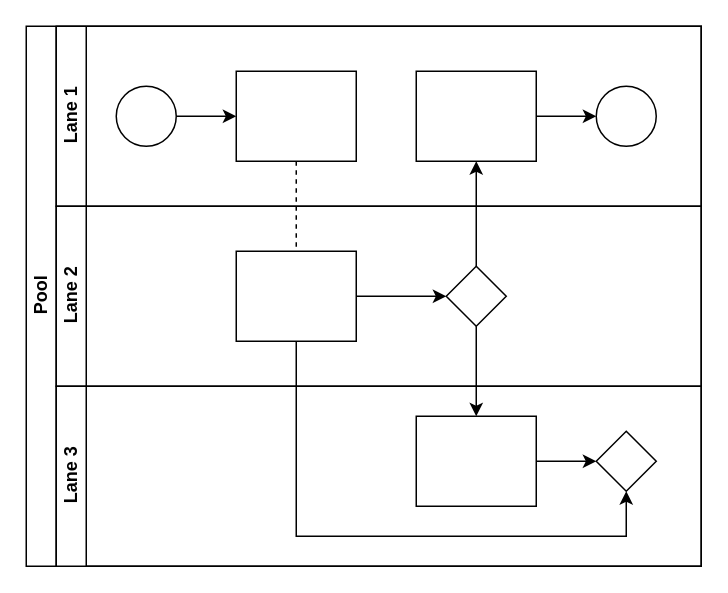
Before: Untitled Diagram.drawio in rpesh2020/rpesh2020, a draw.io diagram. Source tidied: cells renumbered, new cells numbered last; positions are measured from the earlier drawing's top-left corner, leaving out a move shared by most shapes. Both pictures are drawn from the tidied source at 150%, with x=0, y=0 at pixel (26, 26).
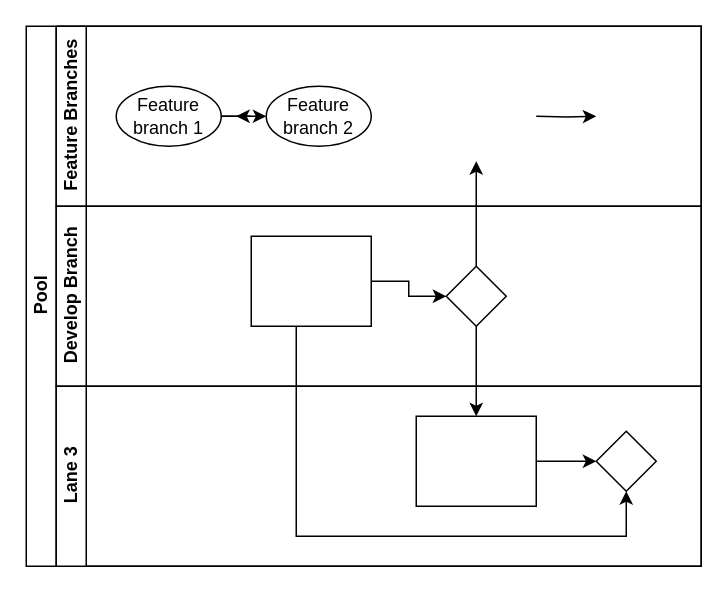
Above is the later version.

Unchanged cells that the change refers to:
```xml
<mxCell id="2" value="Pool" style="swimlane;html=1;horizontal=0;startSize=20;" parent="1" vertex="1">
  <mxGeometry width="450" height="360" as="geometry" />
</mxCell>
<mxCell id="17" style="rhombus;whiteSpace=wrap;html=1;fontFamily=Helvetica;fontSize=12;fontColor=#000000;align=center;" parent="14" vertex="1">
  <mxGeometry x="260" y="40" width="40" height="40" as="geometry" />
</mxCell>
```

The edit, as a diff of the source:
```diff
@@
-    <mxCell id="3" style="edgeStyle=orthogonalEdgeStyle;rounded=0;jettySize=auto;html=1;dashed=1;endArrow=none;endFill=0;" parent="2" edge="1" source="10" target="16">
-      <mxGeometry relative="1" as="geometry" />
-    </mxCell>
-    <mxCell id="4" style="edgeStyle=orthogonalEdgeStyle;rounded=0;jettySize=auto;html=1;endArrow=classic;endFill=1;" parent="2" edge="1" source="17" target="12">
-      <mxGeometry relative="1" as="geometry" />
+    <mxCell id="4" style="edgeStyle=orthogonalEdgeStyle;rounded=0;jettySize=auto;html=1;endArrow=classic;endFill=1;" parent="2" edge="1" source="17">
+      <mxGeometry relative="1" as="geometry">
+        <mxPoint x="300" y="90" as="targetPoint" />
+      </mxGeometry>
     </mxCell>
@@
-    <mxCell id="7" value="Lane 1" style="swimlane;html=1;startSize=20;horizontal=0;" parent="2" vertex="1">
+    <mxCell id="7" value="Feature Branches" style="swimlane;html=1;startSize=20;horizontal=0;" parent="2" vertex="1">
       <mxGeometry x="20" width="430" height="120" as="geometry" />
     </mxCell>
-    <mxCell id="8" style="edgeStyle=orthogonalEdgeStyle;rounded=0;jettySize=auto;html=1;" parent="7" edge="1" source="9" target="10">
-      <mxGeometry relative="1" as="geometry" />
+    <mxCell id="8" style="edgeStyle=orthogonalEdgeStyle;rounded=0;jettySize=auto;html=1;" parent="7" edge="1" source="9">
+      <mxGeometry relative="1" as="geometry">
+        <mxPoint x="120" y="60" as="targetPoint" />
+      </mxGeometry>
     </mxCell>
+    <mxCell id="22" style="edgeStyle=orthogonalEdgeStyle;rounded=0;jettySize=auto;html=1;" parent="7" edge="1" source="9" target="23">
+      <mxGeometry relative="1" as="geometry" />
+    </mxCell>
-    <mxCell id="9" style="ellipse;whiteSpace=wrap;html=1;" parent="7" vertex="1">
-      <mxGeometry x="40" y="40" width="40" height="40" as="geometry" />
+    <mxCell id="9" value="Feature branch 1" style="ellipse;whiteSpace=wrap;html=1;" parent="7" vertex="1">
+      <mxGeometry x="40" y="40" width="70" height="40" as="geometry" />
     </mxCell>
-    <mxCell id="10" style="rounded=0;whiteSpace=wrap;html=1;fontFamily=Helvetica;fontSize=12;fontColor=#000000;align=center;" parent="7" vertex="1">
-      <mxGeometry x="120" y="30" width="80" height="60" as="geometry" />
-    </mxCell>
-    <mxCell id="11" style="edgeStyle=orthogonalEdgeStyle;rounded=0;jettySize=auto;html=1;endArrow=classic;endFill=1;" parent="7" edge="1" source="12" target="13">
-      <mxGeometry relative="1" as="geometry" />
+    <mxCell id="11" style="edgeStyle=orthogonalEdgeStyle;rounded=0;orthogonalLoop=1;jettySize=auto;html=1;endArrow=classic;endFill=1;" parent="7" edge="1">
+      <mxGeometry relative="1" as="geometry">
+        <mxPoint x="320" y="60" as="sourcePoint" />
+        <mxPoint x="360" y="60" as="targetPoint" />
+      </mxGeometry>
     </mxCell>
-    <mxCell id="12" style="rounded=0;whiteSpace=wrap;html=1;fontFamily=Helvetica;fontSize=12;fontColor=#000000;align=center;" parent="7" vertex="1">
-      <mxGeometry x="240" y="30" width="80" height="60" as="geometry" />
-    </mxCell>
-    <mxCell id="13" style="ellipse;whiteSpace=wrap;html=1;" parent="7" vertex="1">
-      <mxGeometry x="360" y="40" width="40" height="40" as="geometry" />
-    </mxCell>
+    <mxCell id="23" value="Feature branch 2" style="ellipse;whiteSpace=wrap;html=1;" parent="7" vertex="1">
+      <mxGeometry x="140" y="40" width="70" height="40" as="geometry" />
+    </mxCell>
-    <mxCell id="14" value="Lane 2" style="swimlane;html=1;startSize=20;horizontal=0;" parent="2" vertex="1">
+    <mxCell id="14" value="Develop Branch" style="swimlane;html=1;startSize=20;horizontal=0;" parent="2" vertex="1">
       <mxGeometry x="20" y="120" width="430" height="120" as="geometry" />
     </mxCell>
@@
     <mxCell id="16" style="rounded=0;whiteSpace=wrap;html=1;fontFamily=Helvetica;fontSize=12;fontColor=#000000;align=center;" parent="14" vertex="1">
-      <mxGeometry x="120" y="30" width="80" height="60" as="geometry" />
+      <mxGeometry x="130" y="20" width="80" height="60" as="geometry" />
     </mxCell>
```
